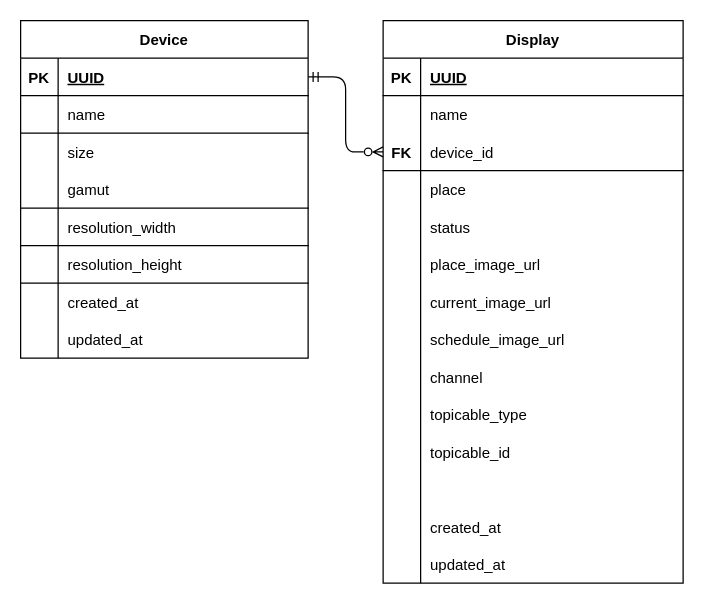
Above: display_er_model.drawio in monosparta/borrow_meetingroom_display (draw.io), before the change. Source tidied: cells renumbered, new cells numbered last; positions are measured from the earlier drawing's top-left corner, leaving out a move shared by most shapes. Both pictures are drawn from the tidied source at 125%, with x=0, y=0 at pixel (20, 20).
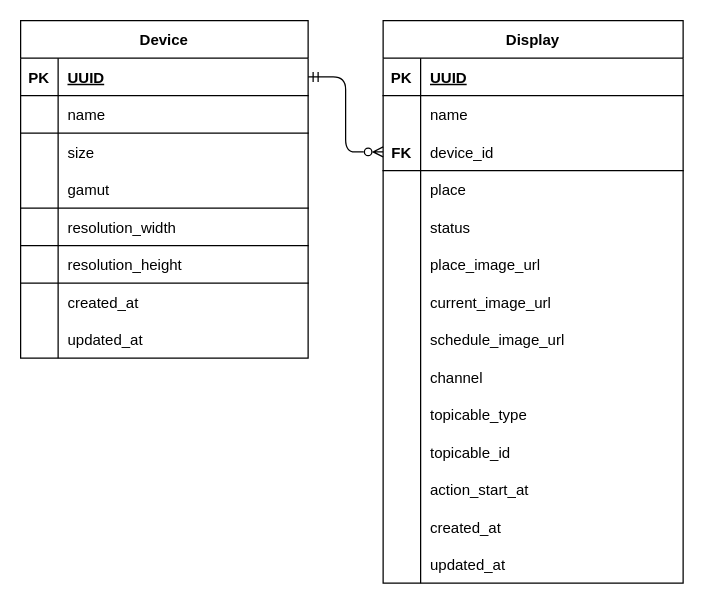
The same diagram, later.

The change refers to these unchanged cells:
```xml
<mxCell id="36" style="shape=tableRow;horizontal=0;startSize=0;swimlaneHead=0;swimlaneBody=0;fillColor=none;top=0;left=0;right=0;bottom=0;fontColor=default;" parent="2" vertex="1">
  <mxGeometry y="360" width="240" height="30" as="geometry" />
</mxCell>
```

Diff of the diagram source:
```diff
@@
-    <mxCell id="38" style="shape=partialRectangle;fillColor=none;top=0;left=0;bottom=0;right=0;align=left;spacingLeft=6;overflow=hidden;strokeColor=#FF0000;fontColor=default;" parent="36" vertex="1">
+    <mxCell id="38" value="action_start_at" style="shape=partialRectangle;fillColor=none;top=0;left=0;bottom=0;right=0;align=left;spacingLeft=6;overflow=hidden;strokeColor=#FF0000;fontColor=default;" parent="36" vertex="1">
       <mxGeometry x="30" width="210" height="30" as="geometry" />
     </mxCell>
```
